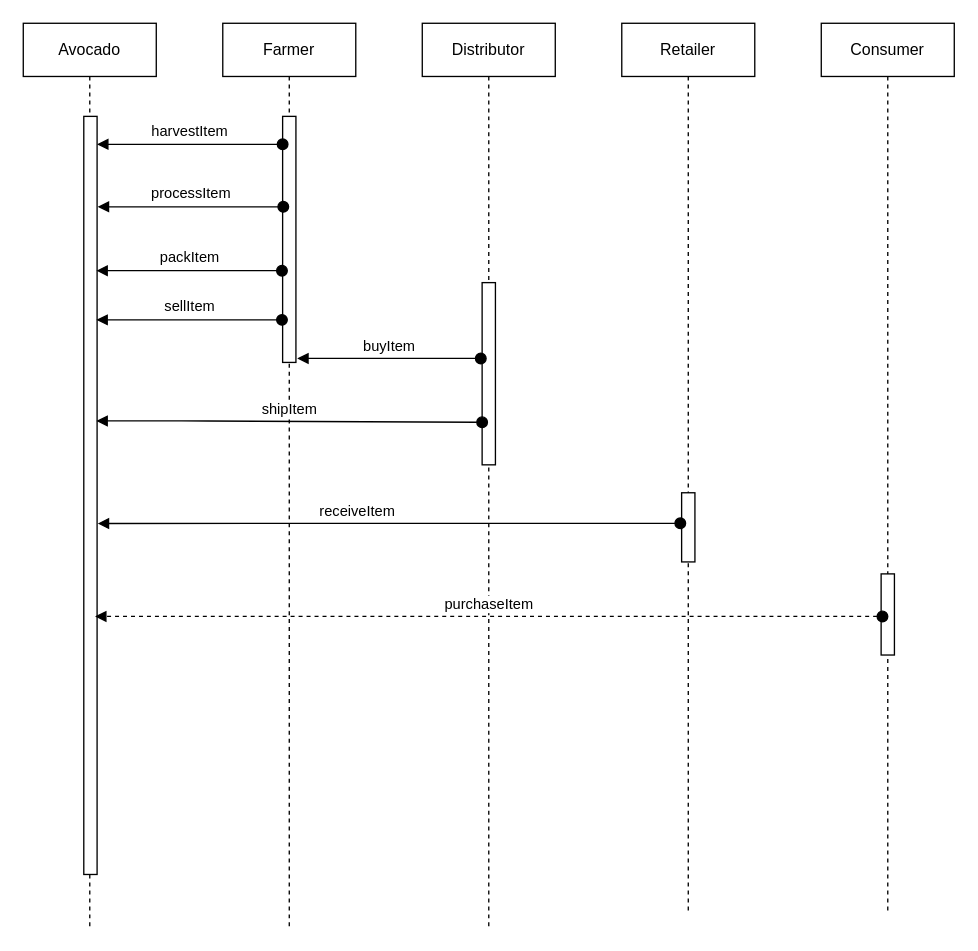
janvanessen/supplychain keeps this draw.io diagram as uml/2-sequence.drawio. Above is the earlier version. Source tidied: cells renumbered, new cells numbered last; positions are measured from the earlier drawing's top-left corner, leaving out a move shared by most shapes. Both pictures are drawn from the tidied source at 133%, with x=0, y=0 at pixel (23, 23).
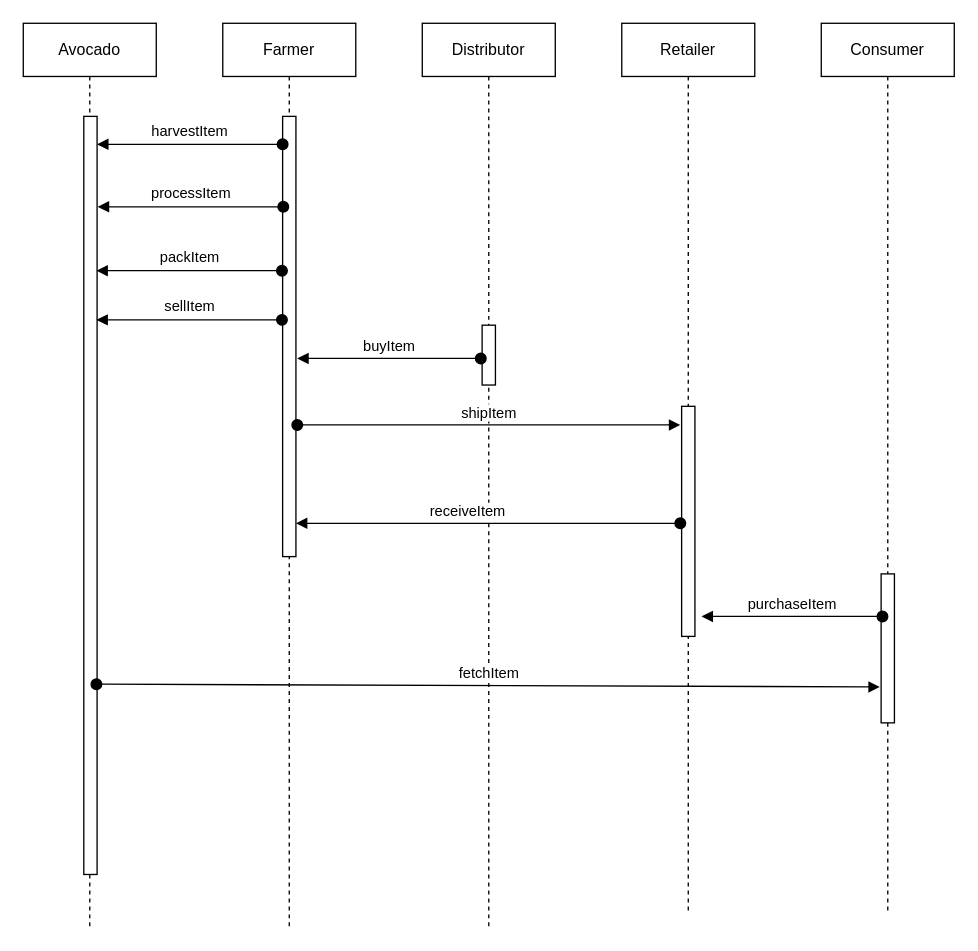
Above is the later version.

Unchanged cells that the change refers to:
```xml
<mxCell id="2" value="Farmer" style="shape=umlLifeline;perimeter=lifelinePerimeter;whiteSpace=wrap;html=1;" parent="1" vertex="1">
  <mxGeometry x="150" width="100" height="680" as="geometry" />
</mxCell>
<mxCell id="4" value="Distributor" style="shape=umlLifeline;perimeter=lifelinePerimeter;whiteSpace=wrap;html=1;" parent="1" vertex="1">
  <mxGeometry x="300" width="100" height="680" as="geometry" />
</mxCell>
<mxCell id="6" value="Retailer" style="shape=umlLifeline;perimeter=lifelinePerimeter;whiteSpace=wrap;html=1;" parent="1" vertex="1">
  <mxGeometry x="450" width="100" height="670" as="geometry" />
</mxCell>
<mxCell id="8" value="Consumer" style="shape=umlLifeline;perimeter=lifelinePerimeter;whiteSpace=wrap;html=1;" parent="1" vertex="1">
  <mxGeometry x="600" width="100" height="670" as="geometry" />
</mxCell>
<mxCell id="10" value="Avocado" style="shape=umlLifeline;perimeter=lifelinePerimeter;whiteSpace=wrap;html=1;" parent="1" vertex="1">
  <mxGeometry width="100" height="680" as="geometry" />
</mxCell>
<mxCell id="11" style="html=1;points=[];perimeter=orthogonalPerimeter;flipV=1;" parent="10" vertex="1">
  <mxGeometry x="45.5" y="70" width="10" height="570" as="geometry" />
</mxCell>
```

Diff of the diagram source:
```diff
@@
     <mxCell id="3" style="html=1;perimeter=orthogonalPerimeter;" parent="2" vertex="1">
-      <mxGeometry x="45" y="70" width="10" height="185" as="geometry" />
+      <mxGeometry x="45" y="70" width="10" height="331" as="geometry" />
     </mxCell>
@@
     <mxCell id="5" style="html=1;perimeter=orthogonalPerimeter;" parent="4" vertex="1">
-      <mxGeometry x="45" y="195" width="10" height="137" as="geometry" />
+      <mxGeometry x="45" y="227" width="10" height="45" as="geometry" />
     </mxCell>
@@
     <mxCell id="7" style="html=1;perimeter=orthogonalPerimeter;" parent="6" vertex="1">
-      <mxGeometry x="45" y="353" width="10" height="52" as="geometry" />
+      <mxGeometry x="45" y="288" width="10" height="173" as="geometry" />
     </mxCell>
@@
     <mxCell id="9" style="html=1;perimeter=orthogonalPerimeter;" parent="8" vertex="1">
-      <mxGeometry x="45" y="414" width="10" height="61" as="geometry" />
+      <mxGeometry x="45" y="414" width="10" height="112" as="geometry" />
     </mxCell>
@@
+    <mxCell id="20" value="fetchItem" style="html=1;verticalAlign=bottom;startArrow=oval;startFill=1;endArrow=block;startSize=8;entryX=0.95;entryY=0.251;entryDx=0;entryDy=0;entryPerimeter=0;exitX=0.95;exitY=0.251;exitDx=0;exitDy=0;exitPerimeter=0;" parent="10" edge="1" source="11">
+      <mxGeometry relative="1" as="geometry">
+        <mxPoint x="644" y="499" as="targetPoint" />
+      </mxGeometry>
+    </mxCell>
@@
-    <mxCell id="16" value="shipItem" style="html=1;verticalAlign=bottom;startArrow=oval;endArrow=block;startSize=8;exitX=0.2;exitY=0.311;exitDx=0;exitDy=0;exitPerimeter=0;" parent="1" edge="1">
-      <mxGeometry relative="1" as="geometry">
-        <mxPoint x="345" y="300" as="sourcePoint" />
-        <mxPoint x="55" y="299" as="targetPoint" />
-        <Array as="points">
-          <mxPoint x="129" y="299" />
-        </Array>
-      </mxGeometry>
-    </mxCell>
-    <mxCell id="17" value="receiveItem" style="html=1;verticalAlign=bottom;startArrow=oval;endArrow=block;startSize=8;entryX=1.05;entryY=0.463;entryDx=0;entryDy=0;entryPerimeter=0;" parent="1" edge="1" target="11">
+    <mxCell id="17" value="receiveItem" style="html=1;verticalAlign=bottom;startArrow=oval;endArrow=block;startSize=8;" parent="1" edge="1">
       <mxGeometry x="0.11" relative="1" as="geometry">
         <mxPoint x="494" y="376" as="sourcePoint" />
+        <mxPoint x="205" y="376" as="targetPoint" />
       </mxGeometry>
     </mxCell>
-    <mxCell id="18" value="purchaseItem" style="html=1;verticalAlign=bottom;startArrow=oval;startFill=1;endArrow=block;startSize=8;dashed=1;" parent="1" edge="1">
+    <mxCell id="18" value="purchaseItem" style="html=1;verticalAlign=bottom;startArrow=oval;startFill=1;endArrow=block;startSize=8;" parent="1" edge="1">
       <mxGeometry relative="1" as="geometry">
         <mxPoint x="646" y="446" as="sourcePoint" />
-        <mxPoint x="54" y="446" as="targetPoint" />
+        <mxPoint x="510" y="446" as="targetPoint" />
       </mxGeometry>
     </mxCell>
@@
+    <mxCell id="16" value="shipItem" style="html=1;verticalAlign=bottom;startArrow=oval;endArrow=block;startSize=8;" parent="1" edge="1">
+      <mxGeometry relative="1" as="geometry">
+        <mxPoint x="206" y="302" as="sourcePoint" />
+        <mxPoint x="494" y="302" as="targetPoint" />
+        <Array as="points">
+          <mxPoint x="280" y="302" />
+        </Array>
+      </mxGeometry>
+    </mxCell>
```
